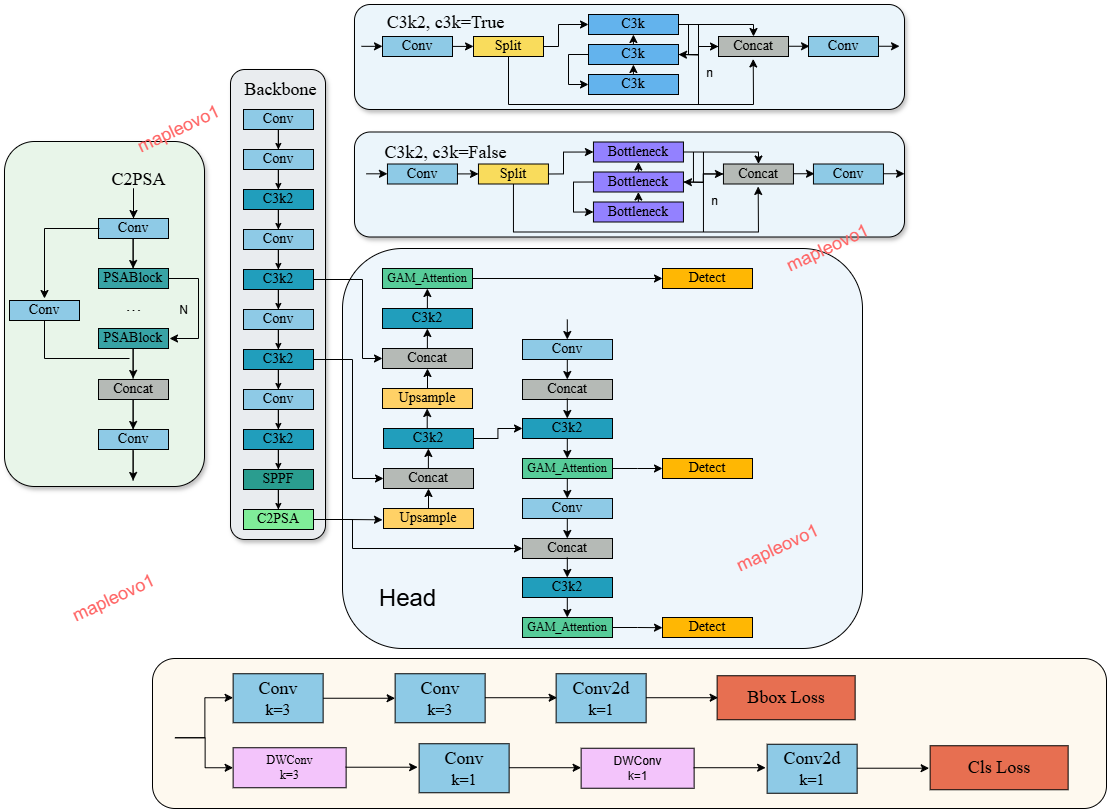
Before: lung-nodule-detection/images/YOLOv11m_GAM_Attention.png, a diagram exported from draw.io (mapleovo1/YOLOv11-GAM-Attention-Lung-Nodule-Detection-Web). Source tidied: cells renumbered, new cells last; positions are measured from the earlier drawing's top-left corner, leaving out a move shared by most shapes.
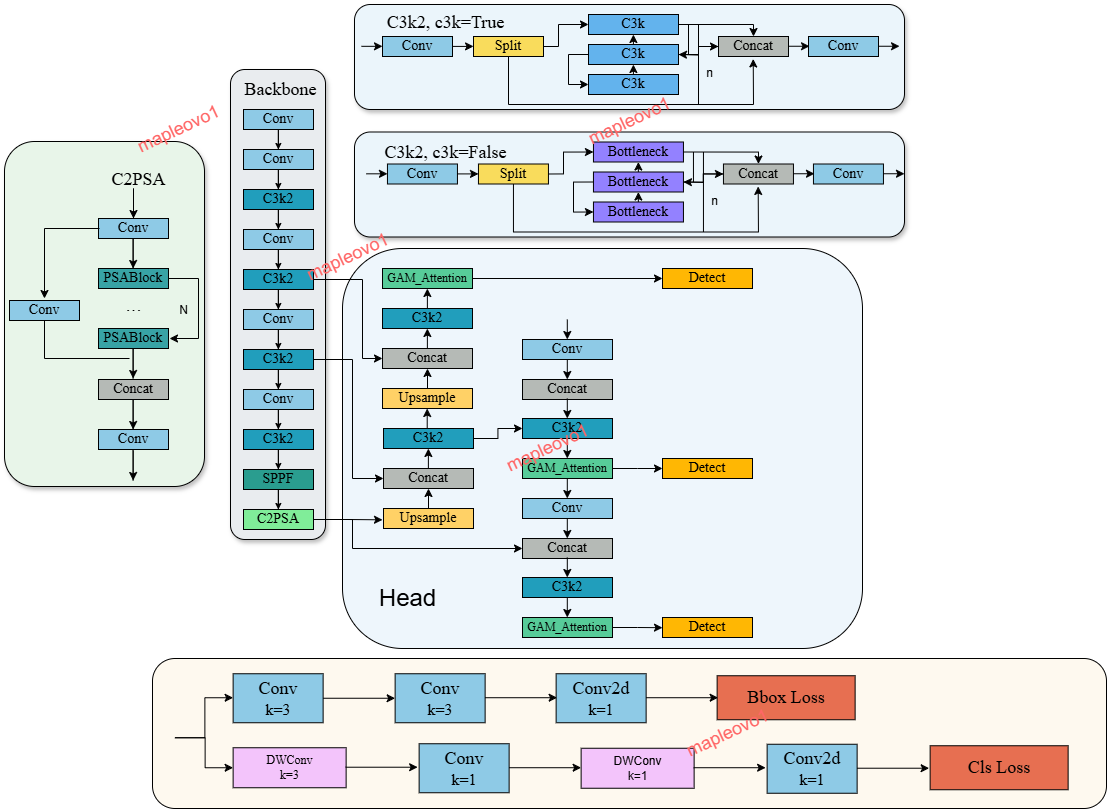
After the change.

Commit message:
update model diagram

Diff of the diagram source:
```diff
@@ -755,16 +755,19 @@
       <mxGeometry x="363.2" y="576" width="80" height="40" as="geometry" />
     </mxCell>
     <mxCell id="154" value="&lt;font style=&quot;font-size: 18px;&quot;&gt;mapleovo1&lt;/font&gt;" style="text;html=1;align=center;verticalAlign=middle;strokeColor=none;fillColor=none;fontColor=#FF6666;rotation=-25;" parent="1" vertex="1">
-      <mxGeometry x="54" y="576" width="110" height="40" as="geometry" />
+      <mxGeometry x="488" y="426" width="110" height="40" as="geometry" />
     </mxCell>
     <mxCell id="155" value="&lt;font style=&quot;font-size: 18px;&quot;&gt;mapleovo1&lt;/font&gt;" style="text;html=1;align=center;verticalAlign=middle;strokeColor=none;fillColor=none;fontColor=#FF6666;rotation=-25;" parent="1" vertex="1">
-      <mxGeometry x="718" y="526" width="110" height="40" as="geometry" />
+      <mxGeometry x="668" y="711" width="110" height="40" as="geometry" />
     </mxCell>
     <mxCell id="156" value="&lt;font style=&quot;font-size: 18px;&quot;&gt;mapleovo1&lt;/font&gt;" style="text;html=1;align=center;verticalAlign=middle;strokeColor=none;fillColor=none;fontColor=#FF6666;rotation=-25;" parent="1" vertex="1">
-      <mxGeometry x="768" y="226" width="110" height="40" as="geometry" />
+      <mxGeometry x="570" y="99" width="110" height="40" as="geometry" />
     </mxCell>
     <mxCell id="157" value="&lt;font style=&quot;font-size: 18px;&quot;&gt;mapleovo1&lt;/font&gt;" style="text;html=1;align=center;verticalAlign=middle;strokeColor=none;fillColor=none;fontColor=#FF6666;rotation=-25;" parent="1" vertex="1">
       <mxGeometry x="118.6" y="107" width="110" height="40" as="geometry" />
     </mxCell>
+    <mxCell id="158" value="&lt;font style=&quot;font-size: 18px;&quot;&gt;mapleovo1&lt;/font&gt;" style="text;html=1;align=center;verticalAlign=middle;strokeColor=none;fillColor=none;fontColor=#FF6666;rotation=-25;" parent="1" vertex="1">
+      <mxGeometry x="288" y="234.5" width="110" height="40" as="geometry" />
+    </mxCell>
   </root>
 </mxGraphModel>
```
